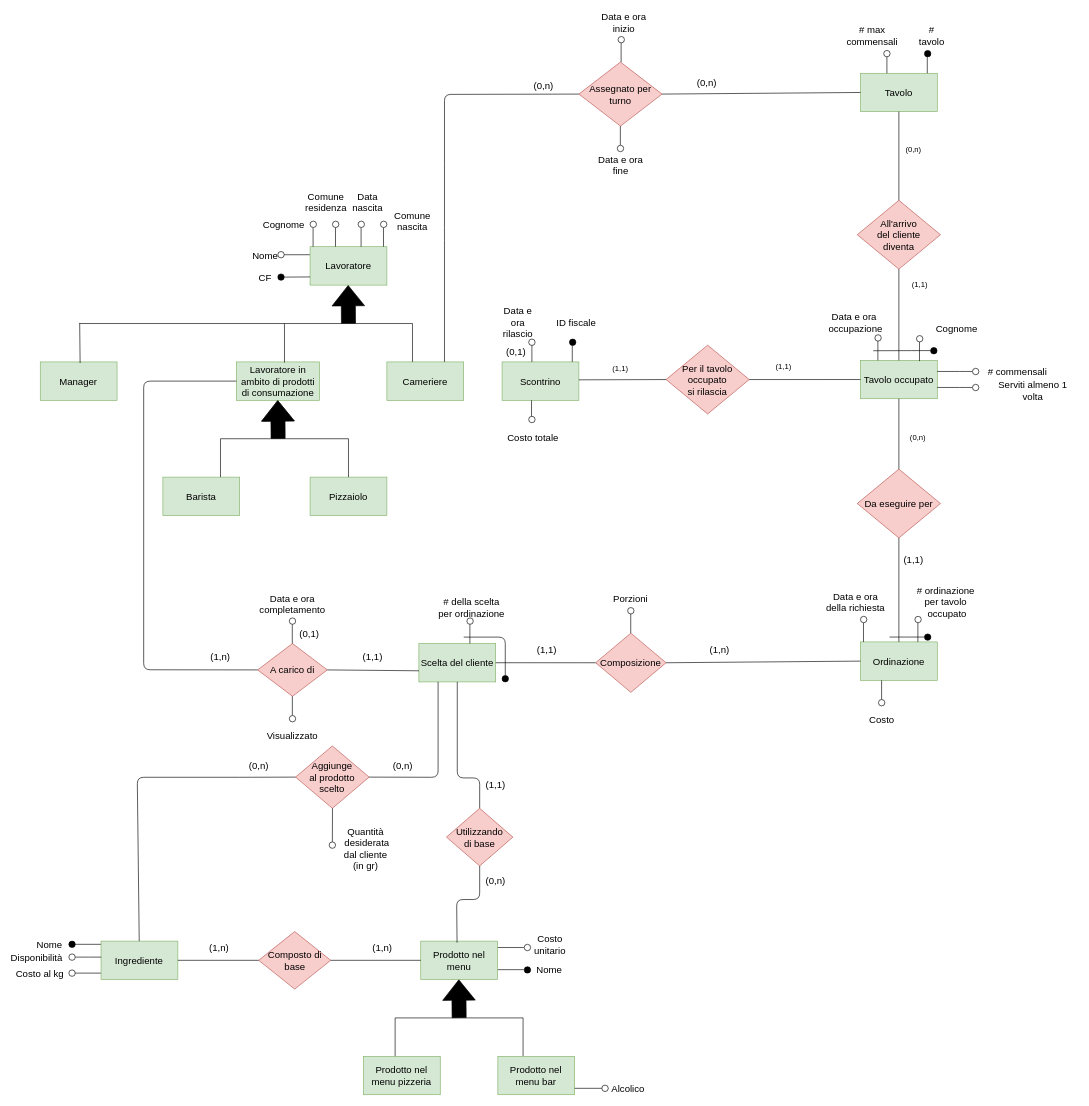
Before: ERD/ERD_EditableDiagram.drawio in StefanoBelli/pizzeria, a draw.io diagram. Source tidied: cells renumbered, new cells numbered last; positions are measured from the earlier drawing's top-left corner, leaving out a move shared by most shapes. Both pictures are drawn from the tidied source at 64%, with x=0, y=0 at pixel (11, 16).
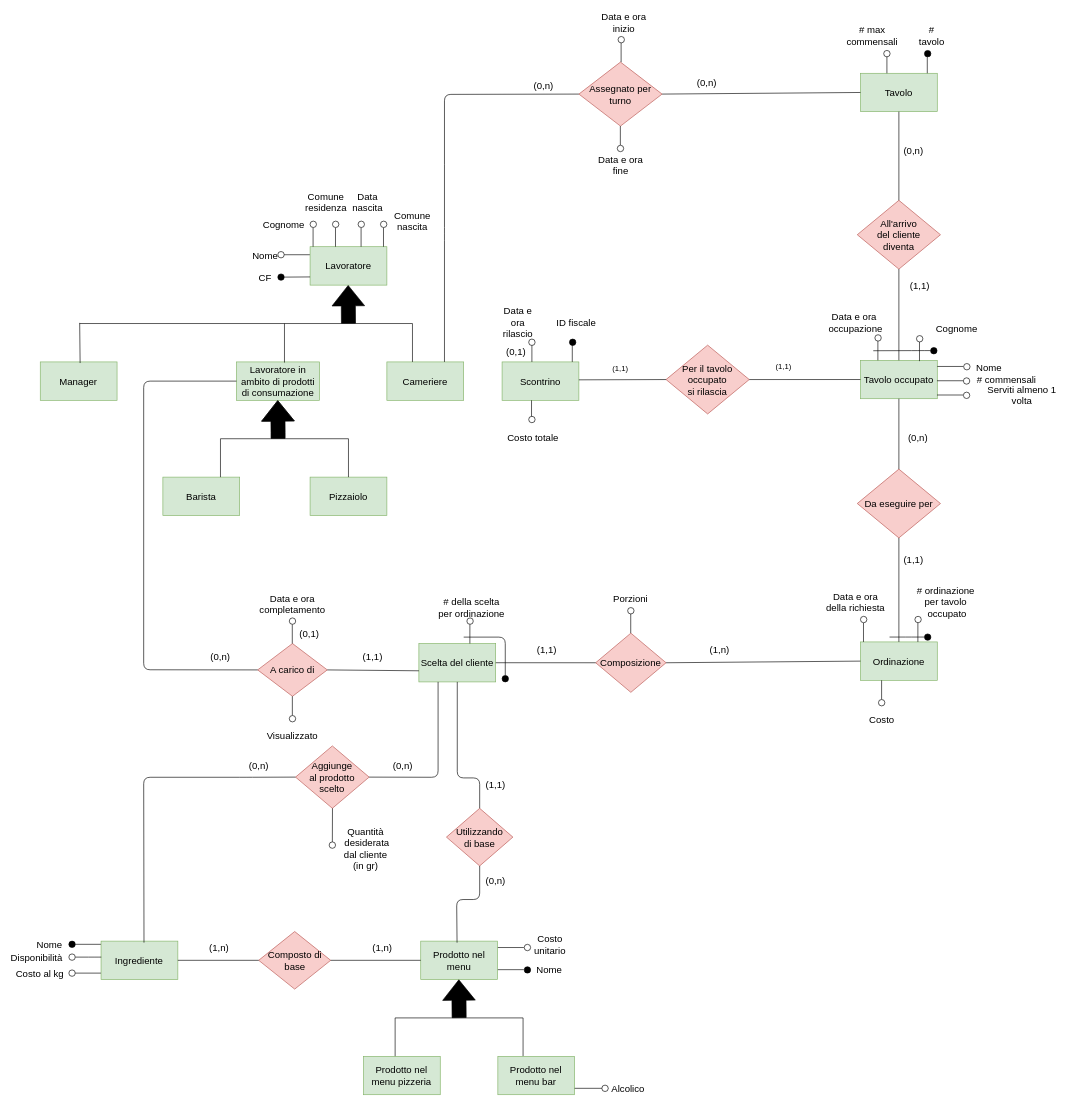
After the change.

Unchanged cells that the change refers to:
```xml
<mxCell id="36" value="Ingrediente" style="rounded=0;whiteSpace=wrap;html=1;fontSize=15;fillColor=#d5e8d4;strokeColor=#82b366;" parent="1" vertex="1">
  <mxGeometry x="140.4" y="1445" width="120" height="60" as="geometry" />
</mxCell>
<mxCell id="120" value="&lt;font style=&quot;font-size: 15px&quot;&gt;Aggiunge&lt;br&gt;al prodotto&lt;br&gt;scelto&lt;/font&gt;" style="rhombus;whiteSpace=wrap;html=1;fillColor=#f8cecc;strokeColor=#b85450;" parent="1" vertex="1">
  <mxGeometry x="444.3" y="1140" width="115" height="97.5" as="geometry" />
</mxCell>
```

The edit, as a diff of the source:
```diff
@@
-    <mxCell id="111" value="(1,n)" style="text;html=1;strokeColor=none;fillColor=none;align=center;verticalAlign=middle;whiteSpace=wrap;rounded=0;fontSize=15;" parent="1" vertex="1">
+    <mxCell id="111" value="(0,n)" style="text;html=1;strokeColor=none;fillColor=none;align=center;verticalAlign=middle;whiteSpace=wrap;rounded=0;fontSize=15;" parent="1" vertex="1">
       <mxGeometry x="307" y="990" width="40" height="20" as="geometry" />
     </mxCell>
@@
-    <mxCell id="122" style="endArrow=none;html=1;entryX=0;entryY=0.5;entryDx=0;entryDy=0;" parent="1" edge="1" source="36" target="120">
+    <mxCell id="122" style="endArrow=none;html=1;entryX=0;entryY=0.5;entryDx=0;entryDy=0;exitX=0.559;exitY=0.039;exitDx=0;exitDy=0;exitPerimeter=0;" parent="1" edge="1" source="36" target="120">
       <mxGeometry relative="1" as="geometry">
         <Array as="points">
-          <mxPoint x="197" y="1189" />
+          <mxPoint x="207" y="1189" />
           <mxPoint x="367" y="1189" />
         </Array>
       </mxGeometry>
     </mxCell>
@@
-    <mxCell id="149" style="endArrow=none;html=1;" parent="1" edge="1">
-      <mxGeometry relative="1" as="geometry">
-        <mxPoint x="1447" y="554.9" as="sourcePoint" />
-        <mxPoint x="1501.6" y="554.9" as="targetPoint" />
-        <Array as="points">
-          <mxPoint x="1481.6" y="554.9" />
-        </Array>
-      </mxGeometry>
-    </mxCell>
-    <mxCell id="150" style="ellipse;whiteSpace=wrap;html=1;fontSize=15;" parent="1" vertex="1">
-      <mxGeometry x="1502" y="550" width="10" height="10" as="geometry" />
-    </mxCell>
     <mxCell id="151" value="# commensali" style="text;html=1;strokeColor=none;fillColor=none;align=center;verticalAlign=middle;whiteSpace=wrap;rounded=0;fontSize=15;" parent="1" vertex="1">
-      <mxGeometry x="1524.5" y="545" width="95" height="20" as="geometry" />
+      <mxGeometry x="1507.6" y="557.5" width="95" height="20" as="geometry" />
     </mxCell>
@@
-    <mxCell id="154" value="(0,n)" style="text;html=1;strokeColor=none;fillColor=none;align=center;verticalAlign=middle;whiteSpace=wrap;rounded=0;" parent="1" vertex="1">
+    <mxCell id="154" value="&lt;font style=&quot;font-size: 15px&quot;&gt;(0,n)&lt;/font&gt;" style="text;html=1;strokeColor=none;fillColor=none;align=center;verticalAlign=middle;whiteSpace=wrap;rounded=0;" parent="1" vertex="1">
       <mxGeometry x="1389.5" y="199" width="40" height="20" as="geometry" />
     </mxCell>
-    <mxCell id="155" value="(1,1)" style="text;html=1;strokeColor=none;fillColor=none;align=center;verticalAlign=middle;whiteSpace=wrap;rounded=0;" parent="1" vertex="1">
+    <mxCell id="155" value="&lt;font style=&quot;font-size: 15px&quot;&gt;(1,1)&lt;/font&gt;" style="text;html=1;strokeColor=none;fillColor=none;align=center;verticalAlign=middle;whiteSpace=wrap;rounded=0;" parent="1" vertex="1">
       <mxGeometry x="1399.5" y="410" width="40" height="20" as="geometry" />
     </mxCell>
-    <mxCell id="156" value="(0,n)" style="text;html=1;strokeColor=none;fillColor=none;align=center;verticalAlign=middle;whiteSpace=wrap;rounded=0;" parent="1" vertex="1">
+    <mxCell id="156" value="&lt;font style=&quot;font-size: 15px&quot;&gt;(0,n)&lt;/font&gt;" style="text;html=1;strokeColor=none;fillColor=none;align=center;verticalAlign=middle;whiteSpace=wrap;rounded=0;" parent="1" vertex="1">
       <mxGeometry x="1396.6" y="647.5" width="40" height="20" as="geometry" />
     </mxCell>
@@
-    <mxCell id="165" style="endArrow=none;html=1;" parent="1" edge="1">
-      <mxGeometry relative="1" as="geometry">
-        <mxPoint x="1447" y="579.9" as="sourcePoint" />
-        <mxPoint x="1501.6" y="579.9" as="targetPoint" />
-        <Array as="points">
-          <mxPoint x="1481.6" y="579.9" />
-        </Array>
-      </mxGeometry>
-    </mxCell>
-    <mxCell id="166" style="ellipse;whiteSpace=wrap;html=1;fontSize=15;" parent="1" vertex="1">
-      <mxGeometry x="1502" y="575" width="10" height="10" as="geometry" />
-    </mxCell>
     <mxCell id="167" value="Serviti almeno 1 volta" style="text;html=1;strokeColor=none;fillColor=none;align=center;verticalAlign=middle;whiteSpace=wrap;rounded=0;fontSize=15;" parent="1" vertex="1">
-      <mxGeometry x="1524.5" y="575" width="142.5" height="20" as="geometry" />
+      <mxGeometry x="1507.6" y="582.2" width="142.5" height="20" as="geometry" />
     </mxCell>
@@
+    <mxCell id="178" style="endArrow=none;html=1;fillColor=#000000;fontSize=15;" parent="1" edge="1">
+      <mxGeometry relative="1" as="geometry">
+        <mxPoint x="1497.6" y="552.5" as="sourcePoint" />
+        <mxPoint x="1497" y="552.5" as="targetPoint" />
+      </mxGeometry>
+    </mxCell>
+    <mxCell id="179" value="Nome" style="text;html=1;strokeColor=none;fillColor=none;align=center;verticalAlign=middle;whiteSpace=wrap;rounded=0;fontSize=15;" parent="1" vertex="1">
+      <mxGeometry x="1507.6" y="537.5" width="40" height="20" as="geometry" />
+    </mxCell>
+    <mxCell id="180" style="ellipse;whiteSpace=wrap;html=1;fontSize=15;fillColor=#FFFFFF;" parent="1" vertex="1">
+      <mxGeometry x="1488.2" y="542.5" width="10" height="10" as="geometry" />
+    </mxCell>
+    <mxCell id="181" style="endArrow=none;html=1;fillColor=#000000;fontSize=15;" parent="1" edge="1">
+      <mxGeometry relative="1" as="geometry">
+        <mxPoint x="1447" y="547.1" as="sourcePoint" />
+        <mxPoint x="1487.6" y="547.1" as="targetPoint" />
+      </mxGeometry>
+    </mxCell>
+    <mxCell id="182" style="endArrow=none;html=1;fillColor=#000000;fontSize=15;" parent="1" edge="1">
+      <mxGeometry relative="1" as="geometry">
+        <mxPoint x="1497.2" y="574.8" as="sourcePoint" />
+        <mxPoint x="1496.6" y="574.8" as="targetPoint" />
+      </mxGeometry>
+    </mxCell>
+    <mxCell id="183" style="ellipse;whiteSpace=wrap;html=1;fontSize=15;fillColor=#FFFFFF;" parent="1" vertex="1">
+      <mxGeometry x="1487.8" y="564.8" width="10" height="10" as="geometry" />
+    </mxCell>
+    <mxCell id="184" style="endArrow=none;html=1;fillColor=#000000;fontSize=15;" parent="1" edge="1">
+      <mxGeometry relative="1" as="geometry">
+        <mxPoint x="1446.6" y="569.4" as="sourcePoint" />
+        <mxPoint x="1487.2" y="569.4" as="targetPoint" />
+      </mxGeometry>
+    </mxCell>
+    <mxCell id="185" style="endArrow=none;html=1;fillColor=#000000;fontSize=15;" parent="1" edge="1">
+      <mxGeometry relative="1" as="geometry">
+        <mxPoint x="1497.2" y="597.2" as="sourcePoint" />
+        <mxPoint x="1496.6" y="597.2" as="targetPoint" />
+      </mxGeometry>
+    </mxCell>
+    <mxCell id="186" style="ellipse;whiteSpace=wrap;html=1;fontSize=15;fillColor=#FFFFFF;" parent="1" vertex="1">
+      <mxGeometry x="1487.8" y="587.2" width="10" height="10" as="geometry" />
+    </mxCell>
+    <mxCell id="187" style="endArrow=none;html=1;fillColor=#000000;fontSize=15;" parent="1" edge="1">
+      <mxGeometry relative="1" as="geometry">
+        <mxPoint x="1446.6" y="591.7" as="sourcePoint" />
+        <mxPoint x="1487.2" y="591.7" as="targetPoint" />
+      </mxGeometry>
+    </mxCell>
```
